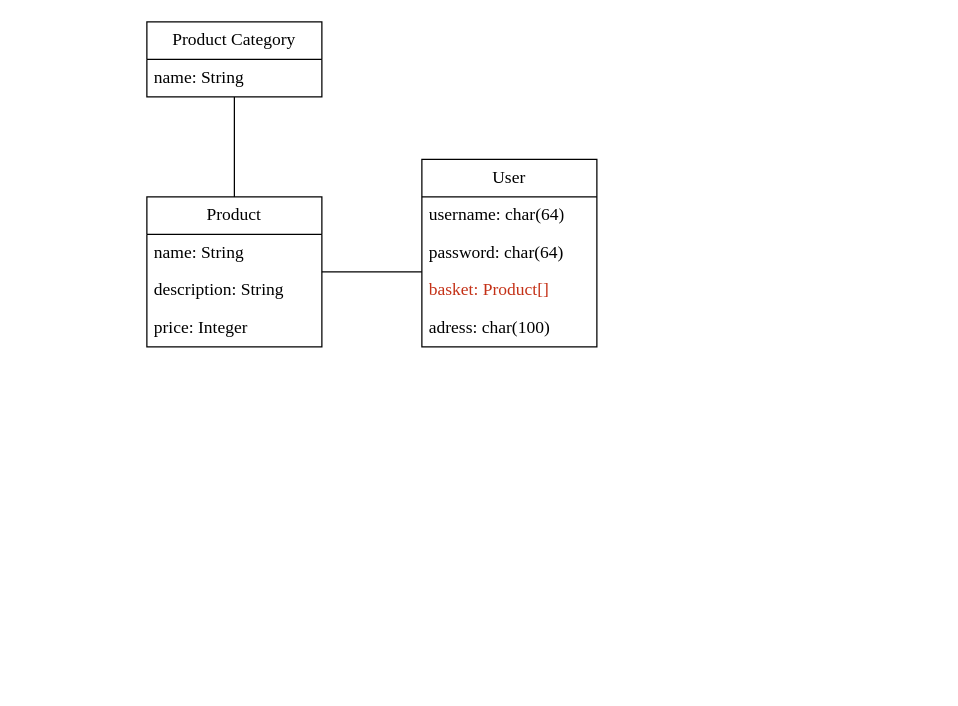
Earlier version of the draw.io diagram Документация/Cозданные диаграммы/classDiagram.drawio (TP-4-4/PurrfectBites). Source tidied: cells renumbered, new cells numbered last; positions are measured from the earlier drawing's top-left corner, leaving out a move shared by most shapes. Both pictures are drawn from the tidied source at 125%, with x=0, y=0 at pixel (146, 21).
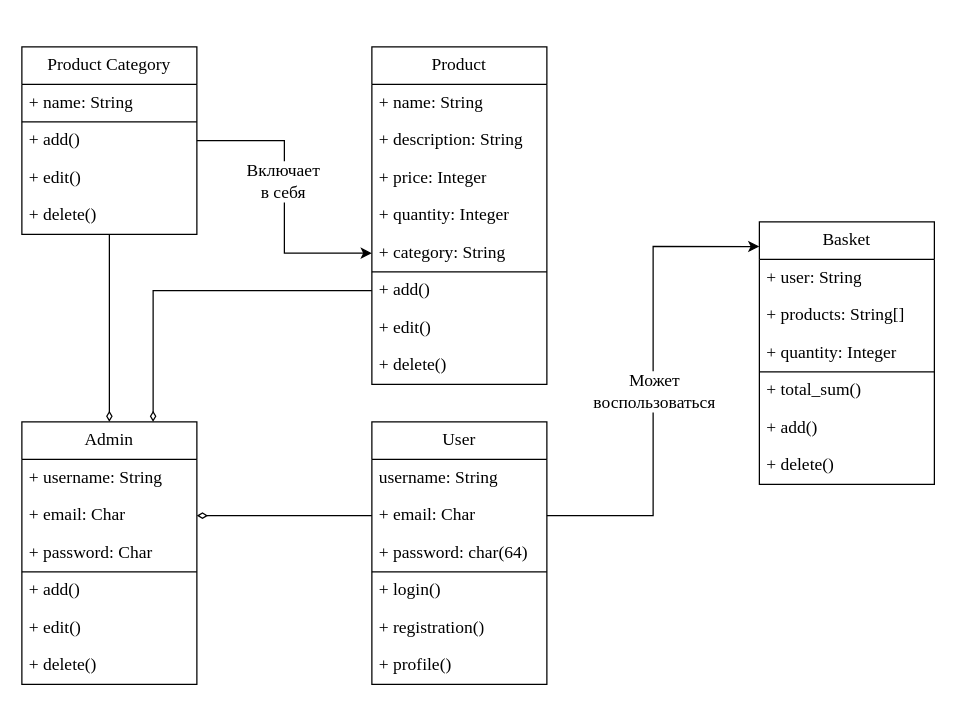
Above is the later version.

What changed in the source:
```diff
@@
-    <mxCell id="2" value="User" style="swimlane;fontStyle=0;horizontal=1;startSize=30;whiteSpace=wrap;html=1;strokeWidth=1;fontFamily=Times New Roman;fontSize=14;" parent="1" vertex="1">
-      <mxGeometry x="220" y="110" width="140" height="150" as="geometry" />
+    <mxCell id="2" value="User" style="swimlane;fontStyle=0;horizontal=1;startSize=30;whiteSpace=wrap;html=1;strokeWidth=1;fontFamily=Times New Roman;fontSize=14;fontColor=#000000;" parent="1" vertex="1">
+      <mxGeometry x="180" y="320" width="140" height="210" as="geometry" />
     </mxCell>
-    <mxCell id="3" value="username: char(64)" style="text;strokeColor=none;fillColor=none;align=left;verticalAlign=middle;spacingLeft=4;spacingRight=4;overflow=hidden;whiteSpace=wrap;html=1;strokeWidth=1;fontFamily=Times New Roman;fontSize=14;" parent="2" vertex="1">
+    <mxCell id="3" value="username: String" style="text;strokeColor=none;fillColor=none;align=left;verticalAlign=middle;spacingLeft=4;spacingRight=4;overflow=hidden;whiteSpace=wrap;html=1;strokeWidth=1;fontFamily=Times New Roman;fontSize=14;fontColor=#000000;" parent="2" vertex="1">
       <mxGeometry y="30" width="140" height="30" as="geometry" />
     </mxCell>
+    <mxCell id="15" value="&lt;font style=&quot;font-size: 14px;&quot;&gt;+ email: Char&lt;/font&gt;" style="text;strokeColor=none;fillColor=none;align=left;verticalAlign=middle;spacingLeft=4;spacingRight=4;overflow=hidden;points=[[0,0.5],[1,0.5]];portConstraint=eastwest;whiteSpace=wrap;html=1;fontColor=#000000;fontSize=14;fontFamily=Times New Roman;" parent="2" vertex="1">
+      <mxGeometry y="60" width="140" height="30" as="geometry" />
+    </mxCell>
-    <mxCell id="4" value="password: char(64)" style="text;strokeColor=none;fillColor=none;align=left;verticalAlign=middle;spacingLeft=4;spacingRight=4;overflow=hidden;whiteSpace=wrap;html=1;strokeWidth=1;fontFamily=Times New Roman;fontSize=14;" parent="2" vertex="1">
-      <mxGeometry y="60" width="140" height="30" as="geometry" />
+    <mxCell id="4" value="+ password: char(64)" style="text;strokeColor=none;fillColor=none;align=left;verticalAlign=middle;spacingLeft=4;spacingRight=4;overflow=hidden;whiteSpace=wrap;html=1;strokeWidth=1;fontFamily=Times New Roman;fontSize=14;fontColor=#000000;" parent="2" vertex="1">
+      <mxGeometry y="90" width="140" height="30" as="geometry" />
     </mxCell>
+    <mxCell id="16" style="endArrow=none;html=1;rounded=0;" parent="2" edge="1">
+      <mxGeometry relative="1" as="geometry">
+        <mxPoint y="120" as="sourcePoint" />
+        <mxPoint x="140" y="120" as="targetPoint" />
+      </mxGeometry>
+    </mxCell>
-    <mxCell id="5" value="&lt;font style=&quot;font-size: 14px;&quot; color=&quot;#c43117&quot;&gt;basket: Product[]&lt;/font&gt;" style="text;strokeColor=none;fillColor=none;align=left;verticalAlign=middle;spacingLeft=4;spacingRight=4;overflow=hidden;points=[[0,0.5],[1,0.5]];portConstraint=eastwest;whiteSpace=wrap;html=1;strokeWidth=1;fontFamily=Times New Roman;fontSize=14;" parent="2" vertex="1">
-      <mxGeometry y="90" width="140" height="30" as="geometry" />
+    <mxCell id="5" value="&lt;font style=&quot;font-size: 14px;&quot;&gt;+ login()&lt;/font&gt;" style="text;strokeColor=none;fillColor=none;align=left;verticalAlign=middle;spacingLeft=4;spacingRight=4;overflow=hidden;points=[[0,0.5],[1,0.5]];portConstraint=eastwest;whiteSpace=wrap;html=1;strokeWidth=1;fontFamily=Times New Roman;fontSize=14;fontColor=#000000;" parent="2" vertex="1">
+      <mxGeometry y="120" width="140" height="30" as="geometry" />
     </mxCell>
+    <mxCell id="17" value="+ registration()" style="text;strokeColor=none;fillColor=none;align=left;verticalAlign=middle;spacingLeft=4;spacingRight=4;overflow=hidden;whiteSpace=wrap;html=1;fontColor=#000000;fontSize=14;fontFamily=Times New Roman;" parent="2" vertex="1">
+      <mxGeometry y="150" width="140" height="30" as="geometry" />
+    </mxCell>
-    <mxCell id="6" value="adress: char(100)" style="text;strokeColor=none;fillColor=none;align=left;verticalAlign=middle;spacingLeft=4;spacingRight=4;overflow=hidden;whiteSpace=wrap;html=1;strokeWidth=1;fontFamily=Times New Roman;fontSize=14;" parent="2" vertex="1">
-      <mxGeometry y="120" width="140" height="30" as="geometry" />
+    <mxCell id="6" value="+ profile()" style="text;strokeColor=none;fillColor=none;align=left;verticalAlign=middle;spacingLeft=4;spacingRight=4;overflow=hidden;whiteSpace=wrap;html=1;strokeWidth=1;fontFamily=Times New Roman;fontSize=14;fontColor=#000000;" parent="2" vertex="1">
+      <mxGeometry y="180" width="140" height="30" as="geometry" />
     </mxCell>
-    <mxCell id="7" style="edgeStyle=orthogonalEdgeStyle;rounded=0;jettySize=auto;html=1;endArrow=none;endFill=0;" parent="1" edge="1" source="9" target="13">
-      <mxGeometry relative="1" as="geometry" />
-    </mxCell>
-    <mxCell id="8" style="rounded=0;jettySize=auto;html=1;endArrow=none;endFill=0;entryX=0;entryY=0;entryDx=0;entryDy=0;entryPerimeter=0;" parent="1" edge="1" source="9" target="5">
-      <mxGeometry relative="1" as="geometry" />
-    </mxCell>
-    <mxCell id="9" value="Product" style="swimlane;fontStyle=0;horizontal=1;startSize=30;whiteSpace=wrap;html=1;strokeWidth=1;fontFamily=Times New Roman;fontSize=14;" parent="1" vertex="1">
-      <mxGeometry y="140" width="140" height="120" as="geometry" />
+    <mxCell id="9" value="Product" style="swimlane;fontStyle=0;horizontal=1;startSize=30;whiteSpace=wrap;html=1;strokeWidth=1;fontFamily=Times New Roman;fontSize=14;fontColor=#000000;" parent="1" vertex="1">
+      <mxGeometry x="180" y="20" width="140" height="270" as="geometry" />
     </mxCell>
-    <mxCell id="10" value="name: String" style="text;strokeColor=none;fillColor=none;align=left;verticalAlign=middle;spacingLeft=4;spacingRight=4;overflow=hidden;whiteSpace=wrap;html=1;strokeWidth=1;fontFamily=Times New Roman;fontSize=14;" parent="9" vertex="1">
+    <mxCell id="10" value="+ name: String" style="text;strokeColor=none;fillColor=none;align=left;verticalAlign=middle;spacingLeft=4;spacingRight=4;overflow=hidden;whiteSpace=wrap;html=1;strokeWidth=1;fontFamily=Times New Roman;fontSize=14;fontColor=#000000;" parent="9" vertex="1">
       <mxGeometry y="30" width="140" height="30" as="geometry" />
     </mxCell>
-    <mxCell id="11" value="description: String" style="text;strokeColor=none;fillColor=none;align=left;verticalAlign=middle;spacingLeft=4;spacingRight=4;overflow=hidden;whiteSpace=wrap;html=1;strokeWidth=1;fontFamily=Times New Roman;fontSize=14;" parent="9" vertex="1">
+    <mxCell id="11" value="+ description: String" style="text;strokeColor=none;fillColor=none;align=left;verticalAlign=middle;spacingLeft=4;spacingRight=4;overflow=hidden;whiteSpace=wrap;html=1;strokeWidth=1;fontFamily=Times New Roman;fontSize=14;fontColor=#000000;" parent="9" vertex="1">
       <mxGeometry y="60" width="140" height="30" as="geometry" />
     </mxCell>
+    <mxCell id="18" value="+ price: Integer" style="text;strokeColor=none;fillColor=none;align=left;verticalAlign=middle;spacingLeft=4;spacingRight=4;overflow=hidden;whiteSpace=wrap;html=1;fontColor=#000000;fontSize=14;fontFamily=Times New Roman;" parent="9" vertex="1">
+      <mxGeometry y="90" width="140" height="30" as="geometry" />
+    </mxCell>
+    <mxCell id="19" value="+ quantity: Integer" style="text;strokeColor=none;fillColor=none;align=left;verticalAlign=middle;spacingLeft=4;spacingRight=4;overflow=hidden;whiteSpace=wrap;html=1;fontColor=#000000;fontSize=14;fontFamily=Times New Roman;" parent="9" vertex="1">
+      <mxGeometry y="120" width="140" height="30" as="geometry" />
+    </mxCell>
+    <mxCell id="20" value="+ category: String" style="text;strokeColor=none;fillColor=none;align=left;verticalAlign=middle;spacingLeft=4;spacingRight=4;overflow=hidden;points=[[0,0.5],[1,0.5]];portConstraint=eastwest;whiteSpace=wrap;html=1;fontColor=#000000;fontSize=14;fontFamily=Times New Roman;" parent="9" vertex="1">
+      <mxGeometry y="150" width="140" height="30" as="geometry" />
+    </mxCell>
+    <mxCell id="21" style="endArrow=none;html=1;rounded=0;" parent="9" edge="1">
+      <mxGeometry relative="1" as="geometry">
+        <mxPoint y="180" as="sourcePoint" />
+        <mxPoint x="140" y="180" as="targetPoint" />
+      </mxGeometry>
+    </mxCell>
+    <mxCell id="22" value="+ add()" style="text;strokeColor=none;fillColor=none;align=left;verticalAlign=middle;spacingLeft=4;spacingRight=4;overflow=hidden;points=[[0,0.5],[1,0.5]];portConstraint=eastwest;whiteSpace=wrap;html=1;fontColor=#000000;fontSize=14;fontFamily=Times New Roman;" parent="9" vertex="1">
+      <mxGeometry y="180" width="140" height="30" as="geometry" />
+    </mxCell>
-    <mxCell id="12" value="price: Integer" style="text;strokeColor=none;fillColor=none;align=left;verticalAlign=middle;spacingLeft=4;spacingRight=4;overflow=hidden;whiteSpace=wrap;html=1;strokeWidth=1;fontFamily=Times New Roman;fontSize=14;" parent="9" vertex="1">
-      <mxGeometry y="90" width="140" height="30" as="geometry" />
+    <mxCell id="12" value="+ edit()" style="text;strokeColor=none;fillColor=none;align=left;verticalAlign=middle;spacingLeft=4;spacingRight=4;overflow=hidden;whiteSpace=wrap;html=1;strokeWidth=1;fontFamily=Times New Roman;fontSize=14;fontColor=#000000;" parent="9" vertex="1">
+      <mxGeometry y="210" width="140" height="30" as="geometry" />
     </mxCell>
+    <mxCell id="23" value="+ delete()" style="text;strokeColor=none;fillColor=none;align=left;verticalAlign=middle;spacingLeft=4;spacingRight=4;overflow=hidden;whiteSpace=wrap;html=1;fontColor=#000000;fontSize=14;fontFamily=Times New Roman;" parent="9" vertex="1">
+      <mxGeometry y="240" width="140" height="30" as="geometry" />
+    </mxCell>
+    <mxCell id="24" style="edgeStyle=orthogonalEdgeStyle;rounded=0;jettySize=auto;html=1;endArrow=diamondThin;endFill=0;fontColor=#000000;fontSize=14;fontFamily=Times New Roman;" parent="1" edge="1" source="13" target="37">
+      <mxGeometry relative="1" as="geometry" />
+    </mxCell>
-    <mxCell id="13" value="Product Category" style="swimlane;fontStyle=0;horizontal=1;startSize=30;whiteSpace=wrap;html=1;strokeWidth=1;fontFamily=Times New Roman;fontSize=14;" parent="1" vertex="1">
-      <mxGeometry width="140" height="60" as="geometry" />
+    <mxCell id="13" value="Product Category" style="swimlane;fontStyle=0;horizontal=1;startSize=30;whiteSpace=wrap;html=1;strokeWidth=1;fontFamily=Times New Roman;fontSize=14;fontColor=#000000;" parent="1" vertex="1">
+      <mxGeometry x="-100" y="20" width="140" height="150" as="geometry" />
     </mxCell>
-    <mxCell id="14" value="name: String" style="text;strokeColor=none;fillColor=none;align=left;verticalAlign=middle;spacingLeft=4;spacingRight=4;overflow=hidden;whiteSpace=wrap;html=1;strokeWidth=1;fontFamily=Times New Roman;fontSize=14;" parent="13" vertex="1">
+    <mxCell id="14" value="+ name: String" style="text;strokeColor=none;fillColor=none;align=left;verticalAlign=middle;spacingLeft=4;spacingRight=4;overflow=hidden;whiteSpace=wrap;html=1;strokeWidth=1;fontFamily=Times New Roman;fontSize=14;fontColor=#000000;" parent="13" vertex="1">
       <mxGeometry y="30" width="140" height="30" as="geometry" />
     </mxCell>
+    <mxCell id="25" style="endArrow=none;html=1;rounded=0;" parent="13" edge="1">
+      <mxGeometry relative="1" as="geometry">
+        <mxPoint y="60" as="sourcePoint" />
+        <mxPoint x="140" y="60" as="targetPoint" />
+      </mxGeometry>
+    </mxCell>
+    <mxCell id="26" value="+ add()" style="text;strokeColor=none;fillColor=none;align=left;verticalAlign=middle;spacingLeft=4;spacingRight=4;overflow=hidden;points=[[0,0.5],[1,0.5]];portConstraint=eastwest;whiteSpace=wrap;html=1;fontColor=#000000;fontSize=14;fontFamily=Times New Roman;" parent="13" vertex="1">
+      <mxGeometry y="60" width="140" height="30" as="geometry" />
+    </mxCell>
+    <mxCell id="27" value="+ edit()" style="text;strokeColor=none;fillColor=none;align=left;verticalAlign=middle;spacingLeft=4;spacingRight=4;overflow=hidden;whiteSpace=wrap;html=1;fontColor=#000000;fontSize=14;fontFamily=Times New Roman;" parent="13" vertex="1">
+      <mxGeometry y="90" width="140" height="30" as="geometry" />
+    </mxCell>
+    <mxCell id="28" value="+ delete()" style="text;strokeColor=none;fillColor=none;align=left;verticalAlign=middle;spacingLeft=4;spacingRight=4;overflow=hidden;whiteSpace=wrap;html=1;fontColor=#000000;fontSize=14;fontFamily=Times New Roman;" parent="13" vertex="1">
+      <mxGeometry y="120" width="140" height="30" as="geometry" />
+    </mxCell>
+    <mxCell id="29" value="Basket" style="swimlane;fontStyle=0;horizontal=1;startSize=30;whiteSpace=wrap;html=1;fontColor=#000000;fontSize=14;fontFamily=Times New Roman;" parent="1" vertex="1">
+      <mxGeometry x="490" y="160" width="140" height="210" as="geometry" />
+    </mxCell>
+    <mxCell id="30" value="+ user: String" style="text;strokeColor=none;fillColor=none;align=left;verticalAlign=middle;spacingLeft=4;spacingRight=4;overflow=hidden;whiteSpace=wrap;html=1;fontColor=#000000;fontSize=14;fontFamily=Times New Roman;" parent="29" vertex="1">
+      <mxGeometry y="30" width="140" height="30" as="geometry" />
+    </mxCell>
+    <mxCell id="31" value="+ products: String[]" style="text;strokeColor=none;fillColor=none;align=left;verticalAlign=middle;spacingLeft=4;spacingRight=4;overflow=hidden;whiteSpace=wrap;html=1;fontColor=#000000;fontSize=14;fontFamily=Times New Roman;" parent="29" vertex="1">
+      <mxGeometry y="60" width="140" height="30" as="geometry" />
+    </mxCell>
+    <mxCell id="32" value="+ quantity: Integer" style="text;strokeColor=none;fillColor=none;align=left;verticalAlign=middle;spacingLeft=4;spacingRight=4;overflow=hidden;whiteSpace=wrap;html=1;fontColor=#000000;fontSize=14;fontFamily=Times New Roman;" parent="29" vertex="1">
+      <mxGeometry y="90" width="140" height="30" as="geometry" />
+    </mxCell>
+    <mxCell id="33" style="endArrow=none;html=1;rounded=0;" parent="29" edge="1">
+      <mxGeometry relative="1" as="geometry">
+        <mxPoint y="120" as="sourcePoint" />
+        <mxPoint x="140" y="120" as="targetPoint" />
+      </mxGeometry>
+    </mxCell>
+    <mxCell id="34" value="+ total_sum()" style="text;strokeColor=none;fillColor=none;align=left;verticalAlign=middle;spacingLeft=4;spacingRight=4;overflow=hidden;whiteSpace=wrap;html=1;fontColor=#000000;fontSize=14;fontFamily=Times New Roman;" parent="29" vertex="1">
+      <mxGeometry y="120" width="140" height="30" as="geometry" />
+    </mxCell>
+    <mxCell id="35" value="+ add()" style="text;strokeColor=none;fillColor=none;align=left;verticalAlign=middle;spacingLeft=4;spacingRight=4;overflow=hidden;whiteSpace=wrap;html=1;fontColor=#000000;fontSize=14;fontFamily=Times New Roman;" parent="29" vertex="1">
+      <mxGeometry y="150" width="140" height="30" as="geometry" />
+    </mxCell>
+    <mxCell id="36" value="+ delete()" style="text;strokeColor=none;fillColor=none;align=left;verticalAlign=middle;spacingLeft=4;spacingRight=4;overflow=hidden;whiteSpace=wrap;html=1;fontColor=#000000;fontSize=14;fontFamily=Times New Roman;" parent="29" vertex="1">
+      <mxGeometry y="180" width="140" height="30" as="geometry" />
+    </mxCell>
+    <mxCell id="37" value="Admin" style="swimlane;fontStyle=0;horizontal=1;startSize=30;whiteSpace=wrap;html=1;fontColor=#000000;fontSize=14;fontFamily=Times New Roman;" parent="1" vertex="1">
+      <mxGeometry x="-100" y="320" width="140" height="210" as="geometry" />
+    </mxCell>
+    <mxCell id="38" value="+ username: String" style="text;strokeColor=none;fillColor=none;align=left;verticalAlign=middle;spacingLeft=4;spacingRight=4;overflow=hidden;whiteSpace=wrap;html=1;fontColor=#000000;fontSize=14;fontFamily=Times New Roman;" parent="37" vertex="1">
+      <mxGeometry y="30" width="140" height="30" as="geometry" />
+    </mxCell>
+    <mxCell id="39" value="+ email: Char" style="text;strokeColor=none;fillColor=none;align=left;verticalAlign=middle;spacingLeft=4;spacingRight=4;overflow=hidden;points=[[0,0.5],[1,0.5]];portConstraint=eastwest;whiteSpace=wrap;html=1;fontColor=#000000;fontSize=14;fontFamily=Times New Roman;" parent="37" vertex="1">
+      <mxGeometry y="60" width="140" height="30" as="geometry" />
+    </mxCell>
+    <mxCell id="40" value="+ password: Char" style="text;strokeColor=none;fillColor=none;align=left;verticalAlign=middle;spacingLeft=4;spacingRight=4;overflow=hidden;whiteSpace=wrap;html=1;fontColor=#000000;fontSize=14;fontFamily=Times New Roman;" parent="37" vertex="1">
+      <mxGeometry y="90" width="140" height="30" as="geometry" />
+    </mxCell>
+    <mxCell id="41" style="endArrow=none;html=1;rounded=0;" parent="37" edge="1">
+      <mxGeometry relative="1" as="geometry">
+        <mxPoint y="120" as="sourcePoint" />
+        <mxPoint x="140" y="120" as="targetPoint" />
+      </mxGeometry>
+    </mxCell>
+    <mxCell id="42" value="+ add()" style="text;strokeColor=none;fillColor=none;align=left;verticalAlign=middle;spacingLeft=4;spacingRight=4;overflow=hidden;whiteSpace=wrap;html=1;fontColor=#000000;fontSize=14;fontFamily=Times New Roman;" parent="37" vertex="1">
+      <mxGeometry y="120" width="140" height="30" as="geometry" />
+    </mxCell>
+    <mxCell id="43" value="+ edit()" style="text;strokeColor=none;fillColor=none;align=left;verticalAlign=middle;spacingLeft=4;spacingRight=4;overflow=hidden;whiteSpace=wrap;html=1;fontColor=#000000;fontSize=14;fontFamily=Times New Roman;" parent="37" vertex="1">
+      <mxGeometry y="150" width="140" height="30" as="geometry" />
+    </mxCell>
+    <mxCell id="44" value="+ delete()" style="text;strokeColor=none;fillColor=none;align=left;verticalAlign=middle;spacingLeft=4;spacingRight=4;overflow=hidden;whiteSpace=wrap;html=1;fontColor=#000000;fontSize=14;fontFamily=Times New Roman;" parent="37" vertex="1">
+      <mxGeometry y="180" width="140" height="30" as="geometry" />
+    </mxCell>
+    <mxCell id="45" style="edgeStyle=orthogonalEdgeStyle;rounded=0;jettySize=auto;html=1;entryX=0;entryY=0.5;entryDx=0;entryDy=0;fontColor=#000000;fontSize=14;fontFamily=Times New Roman;" parent="1" edge="1" source="26" target="20">
+      <mxGeometry relative="1" as="geometry" />
+    </mxCell>
+    <mxCell id="46" value="Включает&lt;div style=&quot;font-size: 14px;&quot;&gt;в себя&lt;/div&gt;" style="edgeLabel;html=1;align=center;verticalAlign=middle;fontColor=#000000;fontSize=14;fontFamily=Times New Roman;" parent="45" vertex="1">
+      <mxGeometry x="-0.11" y="-2" relative="1" as="geometry" />
+    </mxCell>
+    <mxCell id="47" style="edgeStyle=orthogonalEdgeStyle;rounded=0;jettySize=auto;html=1;entryX=0.75;entryY=0;entryDx=0;entryDy=0;endArrow=diamondThin;endFill=0;fontColor=#000000;fontSize=14;fontFamily=Times New Roman;" parent="1" edge="1" source="22" target="37">
+      <mxGeometry relative="1" as="geometry" />
+    </mxCell>
+    <mxCell id="48" style="edgeStyle=orthogonalEdgeStyle;rounded=0;jettySize=auto;html=1;entryX=1;entryY=0.5;entryDx=0;entryDy=0;endArrow=diamondThin;endFill=0;fontColor=#000000;fontSize=14;fontFamily=Times New Roman;" parent="1" edge="1" source="15" target="39">
+      <mxGeometry relative="1" as="geometry" />
+    </mxCell>
+    <mxCell id="49" style="edgeStyle=orthogonalEdgeStyle;rounded=0;jettySize=auto;html=1;entryX=0;entryY=0.094;entryDx=0;entryDy=0;entryPerimeter=0;fontColor=#000000;fontSize=14;fontFamily=Times New Roman;" parent="1" edge="1" source="15" target="29">
+      <mxGeometry relative="1" as="geometry" />
+    </mxCell>
+    <mxCell id="50" value="Может&lt;div style=&quot;font-size: 14px;&quot;&gt;воспользоваться&lt;/div&gt;" style="edgeLabel;html=1;align=center;verticalAlign=middle;fontColor=#000000;fontSize=14;fontFamily=Times New Roman;" parent="49" vertex="1">
+      <mxGeometry x="-0.16" relative="1" as="geometry">
+        <mxPoint y="-23" as="offset" />
+      </mxGeometry>
+    </mxCell>
```
